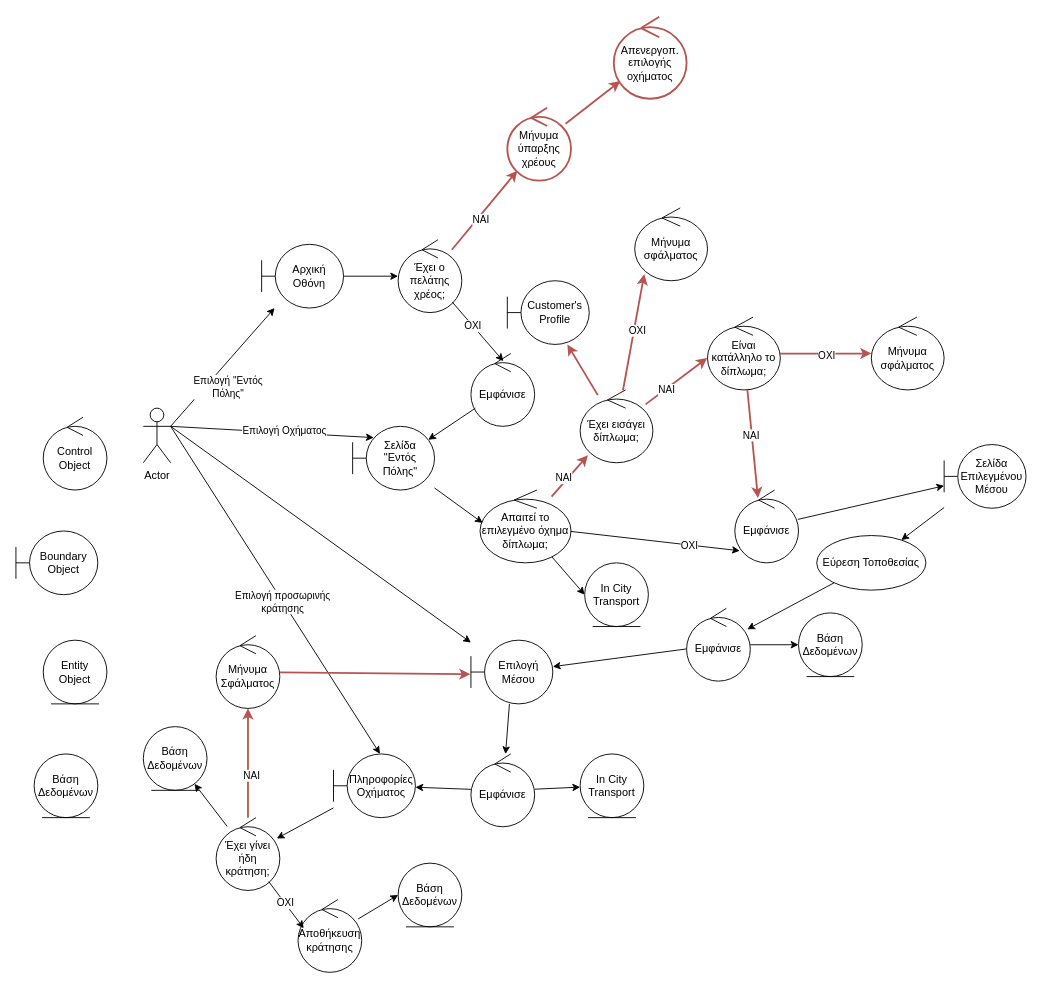
This is Part_2/Robustness/diagrams/01_Επιλογή_Μέσου_Μετακίνησης.drawio from Nikolis2002/texnoligia_logismikou, a draw.io file, before an edit. Source tidied: cells renumbered, new cells numbered last; positions are measured from the earlier drawing's top-left corner, leaving out a move shared by most shapes. Both pictures are drawn from the tidied source at 91%, with x=0, y=0 at pixel (15, 16).
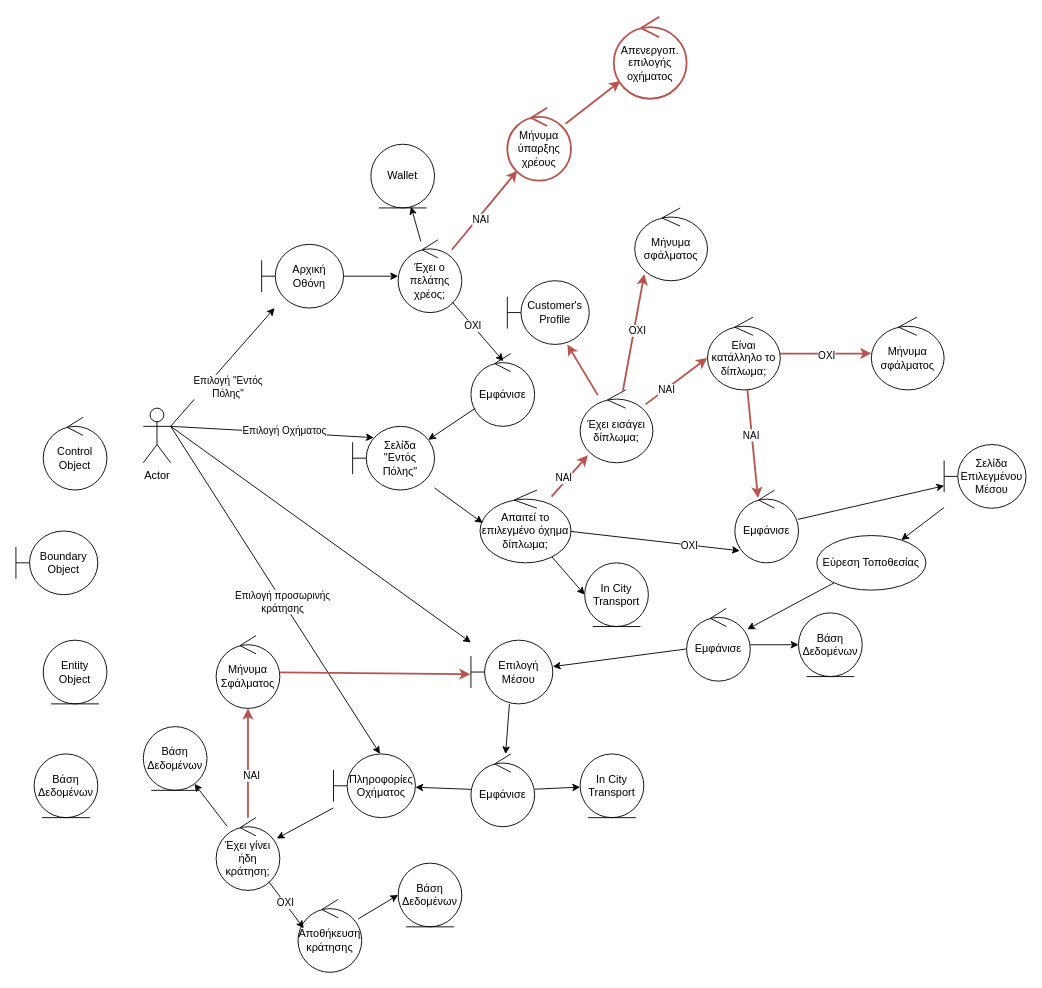
The same page after the edit.

The change refers to these unchanged cells:
```xml
<mxCell id="14" value="Έχει ο πελάτης χρέος;" style="ellipse;shape=umlControl;whiteSpace=wrap;html=1;" parent="1" vertex="1">
  <mxGeometry x="420" y="245" width="70" height="80" as="geometry" />
</mxCell>
```

The edit, as a diff of the source:
```diff
@@
+    <mxCell id="79" style="edgeStyle=none;html=1;" parent="1" edge="1" source="14" target="80">
+      <mxGeometry relative="1" as="geometry" />
+    </mxCell>
@@
+    <mxCell id="80" value="Wallet" style="ellipse;shape=umlEntity;whiteSpace=wrap;html=1;" parent="1" vertex="1">
+      <mxGeometry x="390" y="140" width="70" height="70" as="geometry" />
+    </mxCell>
```
